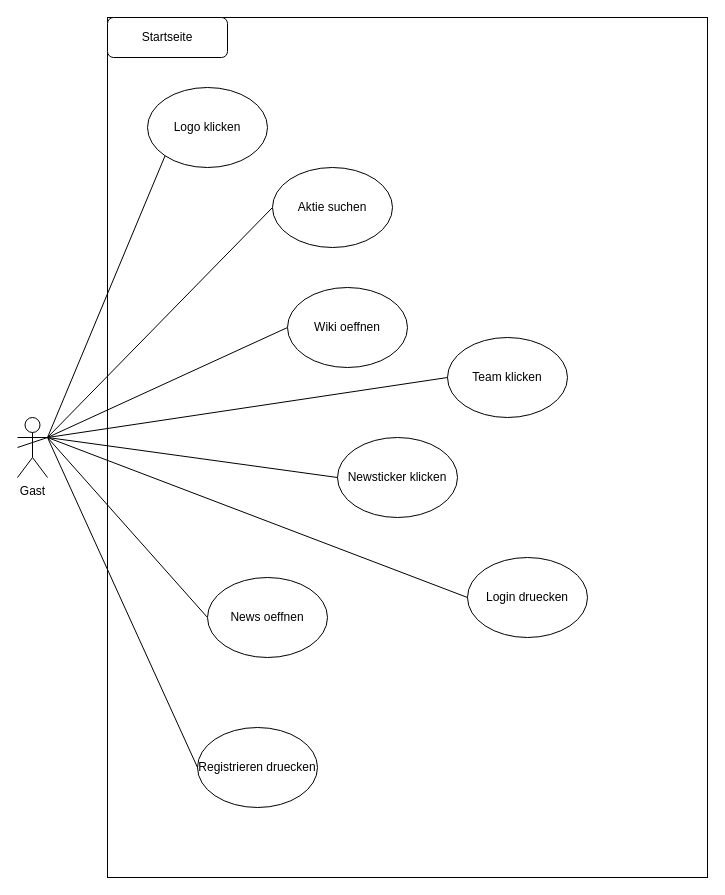
The draw.io diagram page "Startseite" (1 of 2) of doc/sketches/main.drawio in McLovin-81/trade-hub, before the edit. Source tidied: cells renumbered, new cells numbered last; positions are measured from the earlier drawing's top-left corner, leaving out a move shared by most shapes. Both pictures are drawn from the tidied source at 100%, with x=0, y=0 at pixel (17, 17).
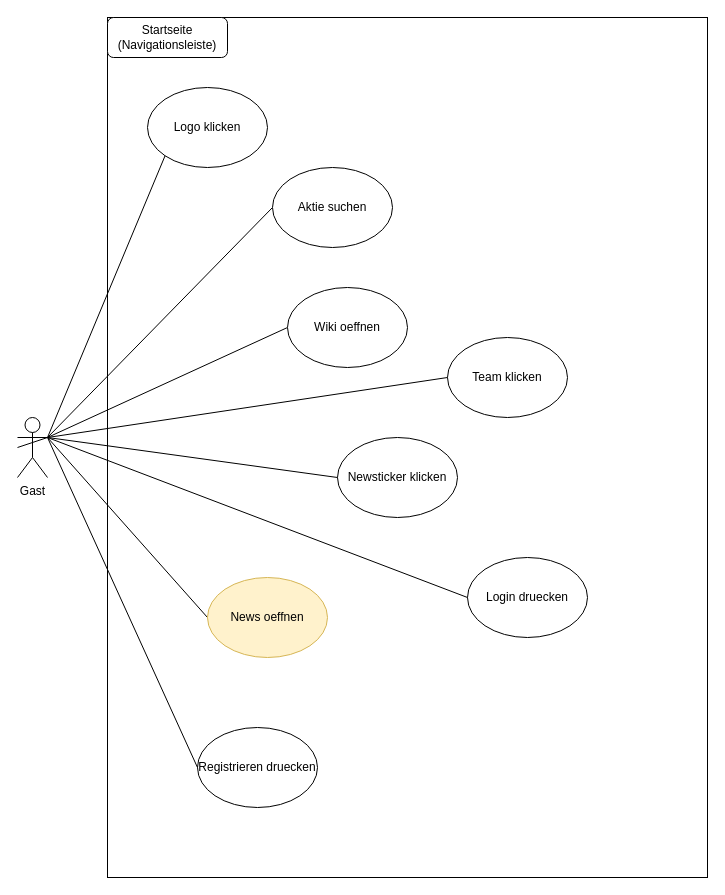
The same page after the edit.

Change to the diagram source:
```diff
@@
-    <mxCell id="3" value="Startseite" style="rounded=1;whiteSpace=wrap;html=1;" parent="1" vertex="1">
+    <mxCell id="3" value="Startseite&lt;br&gt;(Navigationsleiste)" style="rounded=1;whiteSpace=wrap;html=1;" parent="1" vertex="1">
       <mxGeometry x="90" width="120" height="40" as="geometry" />
     </mxCell>
@@
-    <mxCell id="8" value="News oeffnen" style="ellipse;whiteSpace=wrap;html=1;" parent="1" vertex="1">
+    <mxCell id="8" value="News oeffnen" style="ellipse;whiteSpace=wrap;html=1;fillColor=#fff2cc;strokeColor=#d6b656;" parent="1" vertex="1">
       <mxGeometry x="190" y="560" width="120" height="80" as="geometry" />
     </mxCell>
```
